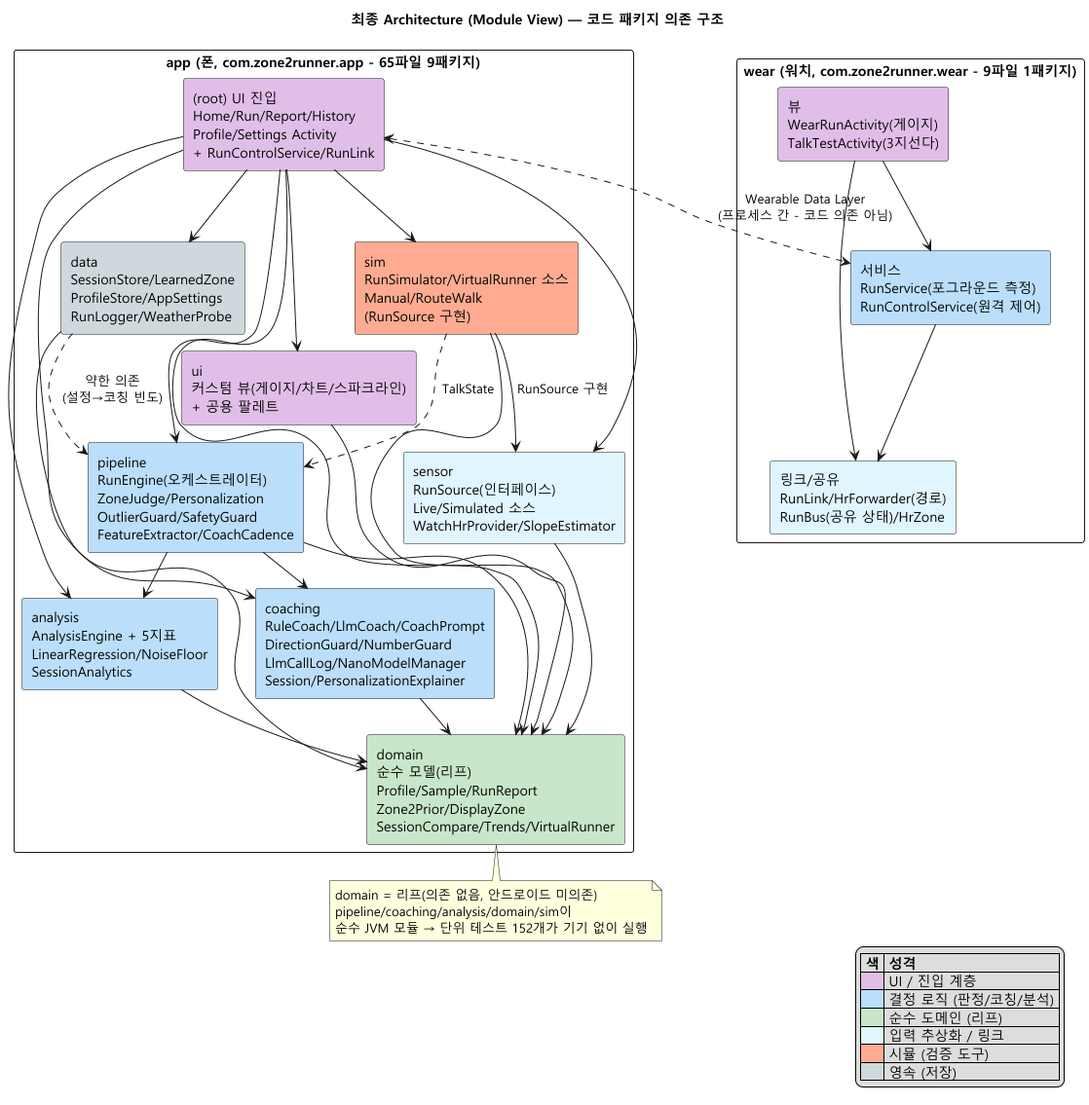
The PlantUML diagram arch/diagrams/04-module-view.png in tenyearslove/zone2runner, before a commit.
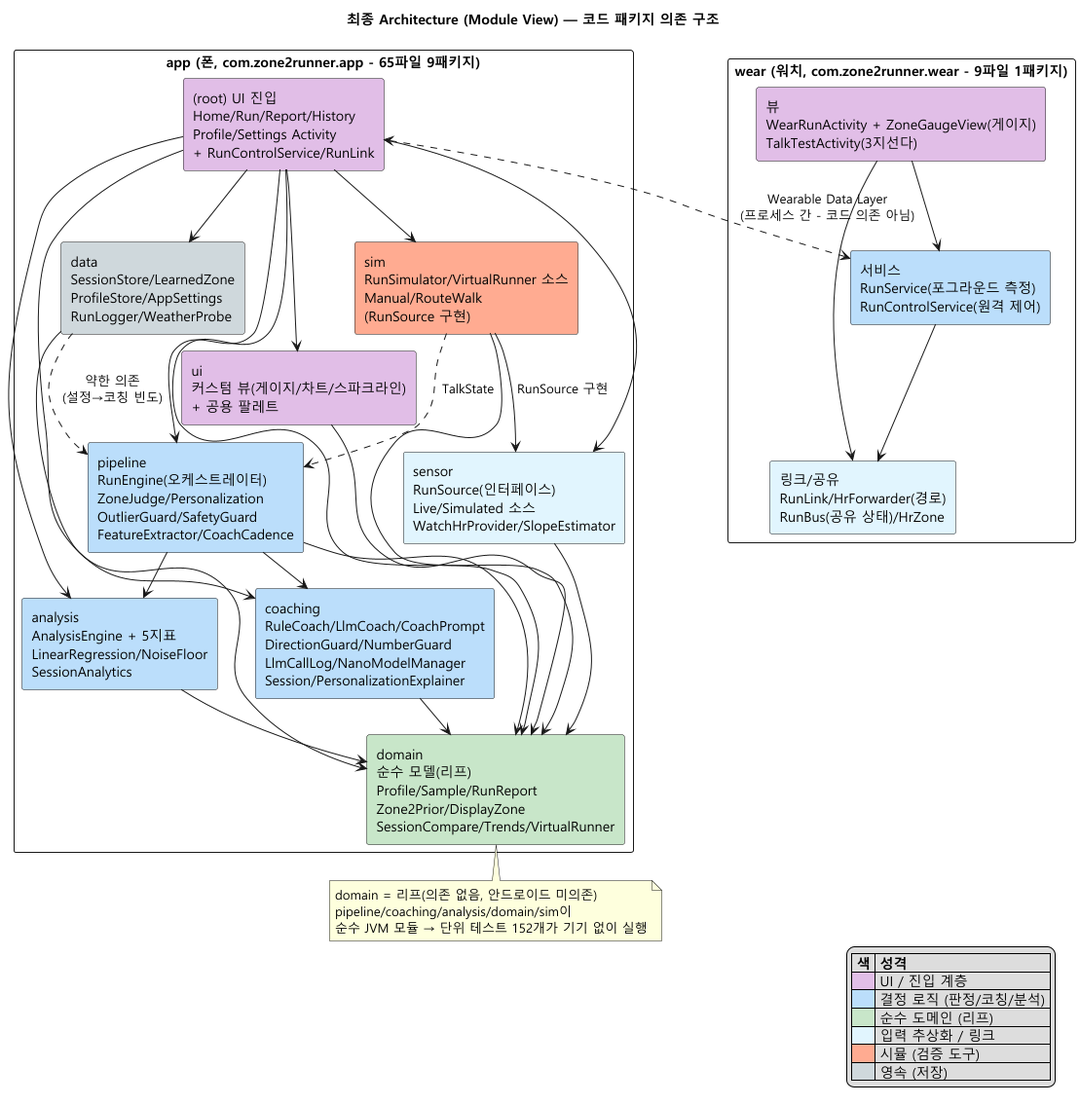
After the change.

The edit, as a diff of the source:
```diff
@@ -20,7 +20,7 @@
 }
 
 package "wear (워치, com.zone2runner.wear - 9파일 1패키지)" {
-  component "뷰\nWearRunActivity(게이지)\nTalkTestActivity(3지선다)" as WVIEW #E1BEE7
+  component "뷰\nWearRunActivity + ZoneGaugeView(게이지)\nTalkTestActivity(3지선다)" as WVIEW #E1BEE7
   component "서비스\nRunService(포그라운드 측정)\nRunControlService(원격 제어)" as WSVC #BBDEFB
   component "링크/공유\nRunLink/HrForwarder(경로)\nRunBus(공유 상태)/HrZone" as WLINK #E1F5FE
 }
```
